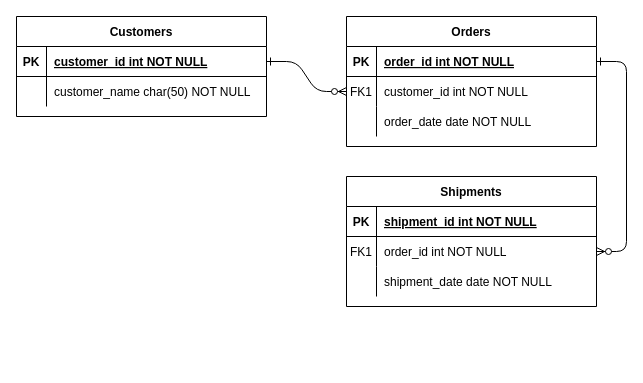
The draw.io diagram test1/Untitled Diagram.drawio in Lalit1431/TDP_SchemaDesign, before the edit. Source tidied: cells renumbered, new cells numbered last; positions are measured from the earlier drawing's top-left corner, leaving out a move shared by most shapes. Both pictures are drawn from the tidied source at 100%, with x=0, y=0 at pixel (16, 16).
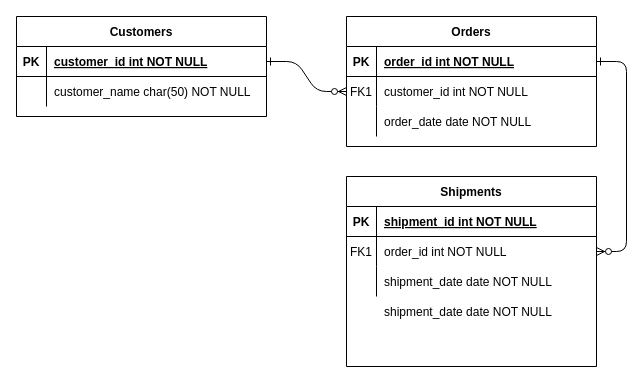
The same diagram, later.

What changed in the source:
```diff
@@
     <mxCell id="14" value="Shipments" style="shape=table;startSize=30;childLayout=tableLayout;rowLines=0;fontStyle=1;align=center;" parent="1" vertex="1">
-      <mxGeometry x="330" y="160" width="250" height="130" as="geometry" />
+      <mxGeometry x="330" y="160" width="250" height="190" as="geometry" />
     </mxCell>
@@
+    <mxCell id="31" style="shape=partialRectangle;fillColor=none;top=0;left=0;right=0;bottom=0;" parent="1" vertex="1">
+      <mxGeometry x="330" y="280" width="250" height="30" as="geometry" />
+    </mxCell>
+    <mxCell id="32" style="shape=partialRectangle;overflow=hidden;fillColor=none;top=0;left=0;bottom=0;right=0;" parent="31" vertex="1">
+      <mxGeometry width="30" height="30" as="geometry" />
+    </mxCell>
+    <mxCell id="33" value="shipment_date date NOT NULL" style="shape=partialRectangle;overflow=hidden;fillColor=none;top=0;left=0;bottom=0;right=0;align=left;spacingLeft=6;" parent="31" vertex="1">
+      <mxGeometry x="30" width="220" height="30" as="geometry" />
+    </mxCell>
```
